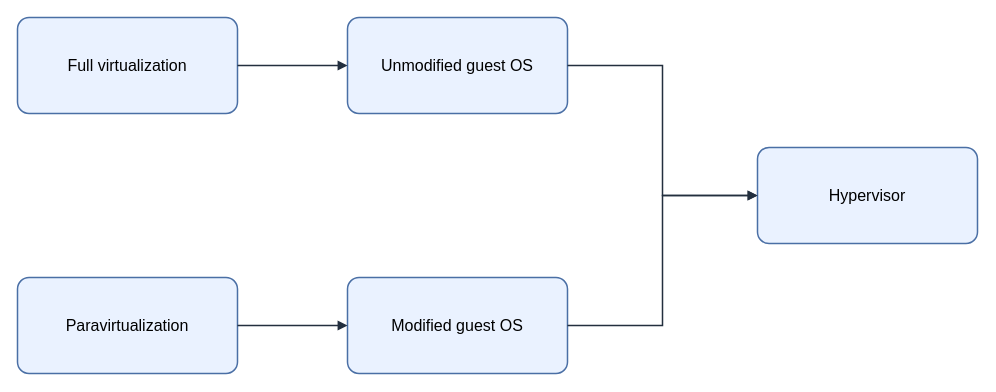
This is assets/img/virtualization/full-para-virtualization.drawio from KKamJi98/kkamji98.github.io, a draw.io file, before an edit. Source tidied: cells renumbered, new cells numbered last; positions are measured from the earlier drawing's top-left corner, leaving out a move shared by most shapes. Both pictures are drawn from the tidied source at 100%, with x=0, y=0 at pixel (17, 17).
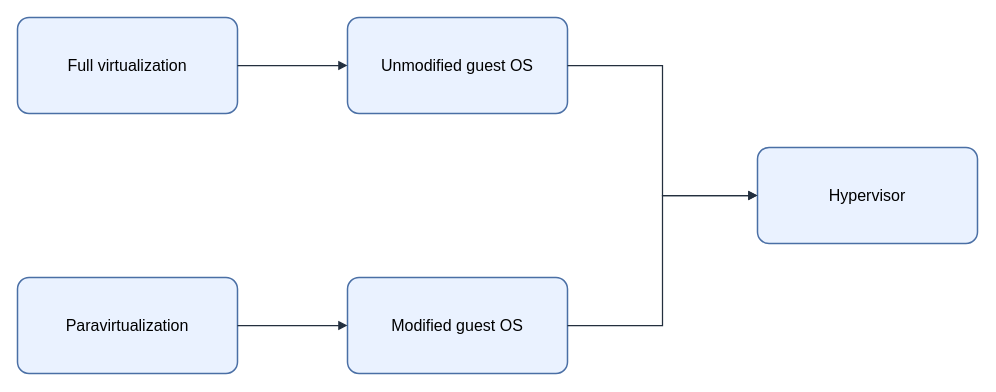
The same diagram, later.

The edit, as a diff of the source:
```diff
@@
 <mxGraphModel background="#FFFFFF">
   <root>
     <mxCell id="0" />
     <mxCell id="1" parent="0" />
-    <mxCell id="2" value="&lt;font style=&quot;color: rgb(0, 0, 0);&quot;&gt;Full virtualization&lt;/font&gt;" style="rounded=1;arcSize=12;whiteSpace=wrap;html=1;fillColor=#EAF2FF;strokeColor=#4A6FA5;strokeWidth=1.5;fontColor=#000000;fontSize=16;align=center;verticalAlign=middle;spacing=8;shadow=0;" parent="1" vertex="1">
+    <mxCell id="2" value="Full virtualization" style="rounded=1;arcSize=12;whiteSpace=wrap;html=0;fillColor=#EAF2FF;strokeColor=#4A6FA5;strokeWidth=1.5;fontColor=#000000;fontSize=16;align=center;verticalAlign=middle;spacing=8;shadow=0;" parent="1" vertex="1">
       <mxGeometry width="220" height="96" as="geometry" />
     </mxCell>
-    <mxCell id="3" value="&lt;font style=&quot;color: rgb(0, 0, 0);&quot;&gt;Unmodified guest OS&lt;/font&gt;" style="rounded=1;arcSize=12;whiteSpace=wrap;html=1;fillColor=#EAF2FF;strokeColor=#4A6FA5;strokeWidth=1.5;fontColor=#000000;fontSize=16;align=center;verticalAlign=middle;spacing=8;shadow=0;" parent="1" vertex="1">
+    <mxCell id="3" value="Unmodified guest OS" style="rounded=1;arcSize=12;whiteSpace=wrap;html=0;fillColor=#EAF2FF;strokeColor=#4A6FA5;strokeWidth=1.5;fontColor=#000000;fontSize=16;align=center;verticalAlign=middle;spacing=8;shadow=0;" parent="1" vertex="1">
       <mxGeometry x="330" width="220" height="96" as="geometry" />
     </mxCell>
-    <mxCell id="4" value="&lt;font style=&quot;color: rgb(0, 0, 0);&quot;&gt;Paravirtualization&lt;/font&gt;" style="rounded=1;arcSize=12;whiteSpace=wrap;html=1;fillColor=#EAF2FF;strokeColor=#4A6FA5;strokeWidth=1.5;fontColor=#000000;fontSize=16;align=center;verticalAlign=middle;spacing=8;shadow=0;" parent="1" vertex="1">
+    <mxCell id="4" value="Paravirtualization" style="rounded=1;arcSize=12;whiteSpace=wrap;html=0;fillColor=#EAF2FF;strokeColor=#4A6FA5;strokeWidth=1.5;fontColor=#000000;fontSize=16;align=center;verticalAlign=middle;spacing=8;shadow=0;" parent="1" vertex="1">
       <mxGeometry y="260" width="220" height="96" as="geometry" />
     </mxCell>
-    <mxCell id="5" value="&lt;font style=&quot;color: rgb(0, 0, 0);&quot;&gt;Modified guest OS&lt;/font&gt;" style="rounded=1;arcSize=12;whiteSpace=wrap;html=1;fillColor=#EAF2FF;strokeColor=#4A6FA5;strokeWidth=1.5;fontColor=#000000;fontSize=16;align=center;verticalAlign=middle;spacing=8;shadow=0;" parent="1" vertex="1">
+    <mxCell id="5" value="Modified guest OS" style="rounded=1;arcSize=12;whiteSpace=wrap;html=0;fillColor=#EAF2FF;strokeColor=#4A6FA5;strokeWidth=1.5;fontColor=#000000;fontSize=16;align=center;verticalAlign=middle;spacing=8;shadow=0;" parent="1" vertex="1">
       <mxGeometry x="330" y="260" width="220" height="96" as="geometry" />
     </mxCell>
-    <mxCell id="6" value="&lt;font style=&quot;color: rgb(0, 0, 0);&quot;&gt;Hypervisor&lt;/font&gt;" style="rounded=1;arcSize=12;whiteSpace=wrap;html=1;fillColor=#EAF2FF;strokeColor=#4A6FA5;strokeWidth=1.5;fontColor=#000000;fontSize=16;align=center;verticalAlign=middle;spacing=8;shadow=0;" parent="1" vertex="1">
+    <mxCell id="6" value="Hypervisor" style="rounded=1;arcSize=12;whiteSpace=wrap;html=0;fillColor=#EAF2FF;strokeColor=#4A6FA5;strokeWidth=1.5;fontColor=#000000;fontSize=16;align=center;verticalAlign=middle;spacing=8;shadow=0;" parent="1" vertex="1">
       <mxGeometry x="740" y="130" width="220" height="96" as="geometry" />
     </mxCell>
-    <mxCell id="7" style="edgeStyle=orthogonalEdgeStyle;rounded=0;jettySize=auto;html=1;endArrow=block;endFill=1;strokeColor=#232F3E;strokeWidth=1.5;fontColor=#000000;labelBackgroundColor=none;exitX=1;exitY=0.5;exitDx=0;exitDy=0;entryX=0;entryY=0.5;entryDx=0;entryDy=0;" parent="1" edge="1" source="2" target="3">
+    <mxCell id="7" style="edgeStyle=orthogonalEdgeStyle;rounded=0;jettySize=auto;html=0;endArrow=block;endFill=1;strokeColor=#232F3E;strokeWidth=1.25;fontColor=#000000;labelBackgroundColor=none;exitX=1;exitY=0.5;exitDx=0;exitDy=0;entryX=0;entryY=0.5;entryDx=0;entryDy=0;" parent="1" edge="1" source="2" target="3">
       <mxGeometry relative="1" as="geometry" />
     </mxCell>
-    <mxCell id="8" style="edgeStyle=orthogonalEdgeStyle;rounded=0;jettySize=auto;html=1;endArrow=block;endFill=1;strokeColor=#232F3E;strokeWidth=1.5;fontColor=#000000;labelBackgroundColor=none;exitX=1;exitY=0.5;exitDx=0;exitDy=0;entryX=0;entryY=0.5;entryDx=0;entryDy=0;" parent="1" edge="1" source="4" target="5">
+    <mxCell id="8" style="edgeStyle=orthogonalEdgeStyle;rounded=0;jettySize=auto;html=0;endArrow=block;endFill=1;strokeColor=#232F3E;strokeWidth=1.25;fontColor=#000000;labelBackgroundColor=none;exitX=1;exitY=0.5;exitDx=0;exitDy=0;entryX=0;entryY=0.5;entryDx=0;entryDy=0;" parent="1" edge="1" source="4" target="5">
       <mxGeometry relative="1" as="geometry" />
     </mxCell>
-    <mxCell id="9" style="edgeStyle=orthogonalEdgeStyle;rounded=0;jettySize=auto;html=1;endArrow=block;endFill=1;strokeColor=#232F3E;strokeWidth=1.5;fontColor=#000000;labelBackgroundColor=none;exitX=1;exitY=0.5;exitDx=0;exitDy=0;entryX=0;entryY=0.5;entryDx=0;entryDy=0;" parent="1" edge="1" source="3" target="6">
+    <mxCell id="9" style="edgeStyle=orthogonalEdgeStyle;rounded=0;jettySize=auto;html=0;endArrow=block;endFill=1;strokeColor=#232F3E;strokeWidth=1.25;fontColor=#000000;labelBackgroundColor=none;exitX=1;exitY=0.5;exitDx=0;exitDy=0;entryX=0;entryY=0.5;entryDx=0;entryDy=0;" parent="1" edge="1" source="3" target="6">
       <mxGeometry relative="1" as="geometry" />
     </mxCell>
-    <mxCell id="10" style="edgeStyle=orthogonalEdgeStyle;rounded=0;jettySize=auto;html=1;endArrow=block;endFill=1;strokeColor=#232F3E;strokeWidth=1.5;fontColor=#000000;labelBackgroundColor=none;exitX=1;exitY=0.5;exitDx=0;exitDy=0;entryX=0;entryY=0.5;entryDx=0;entryDy=0;" parent="1" edge="1" source="5" target="6">
+    <mxCell id="10" style="edgeStyle=orthogonalEdgeStyle;rounded=0;jettySize=auto;html=0;endArrow=block;endFill=1;strokeColor=#232F3E;strokeWidth=1.25;fontColor=#000000;labelBackgroundColor=none;exitX=1;exitY=0.5;exitDx=0;exitDy=0;entryX=0;entryY=0.5;entryDx=0;entryDy=0;" parent="1" edge="1" source="5" target="6">
       <mxGeometry relative="1" as="geometry" />
     </mxCell>
   </root>
 </mxGraphModel>
```
